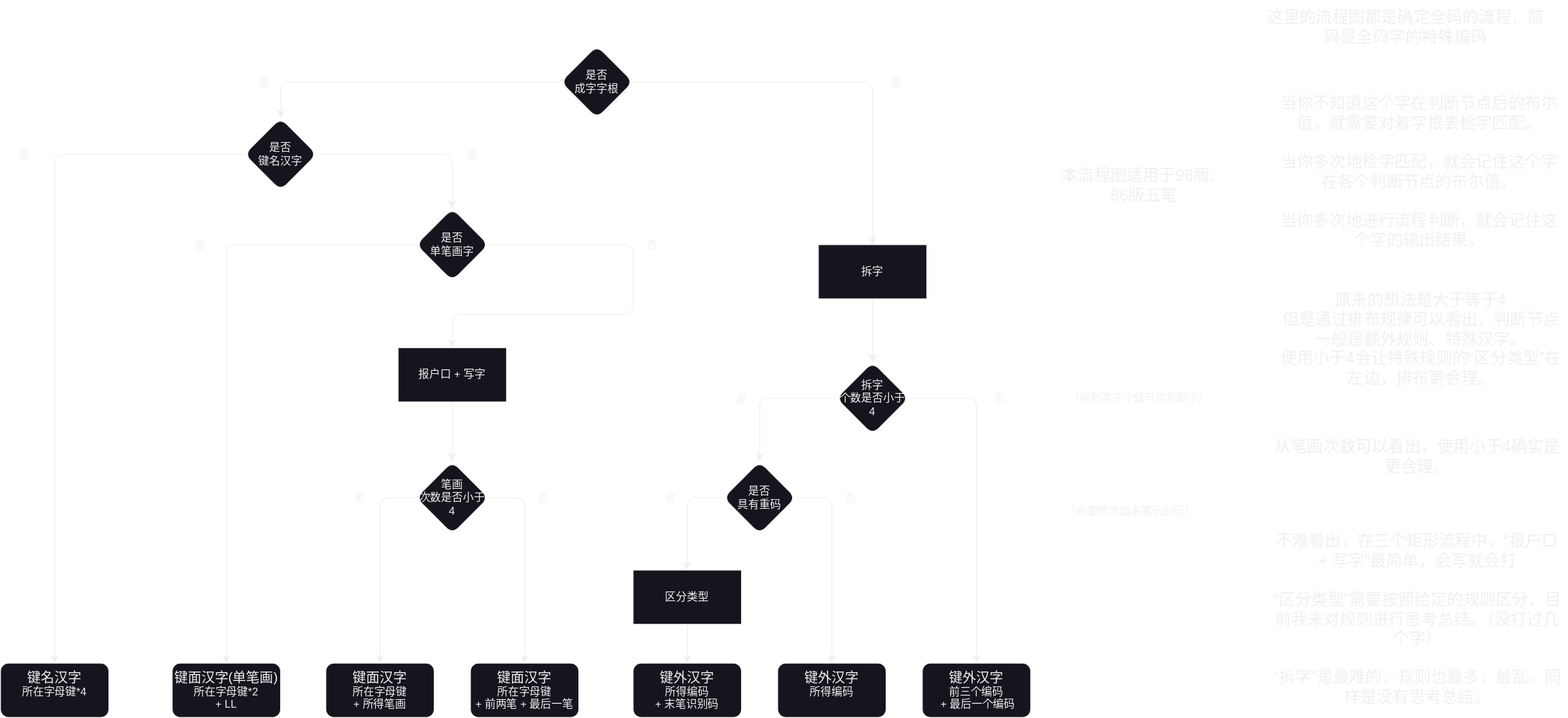
This is 流程图/五笔拆字流程图-230803-4.drawio.svg from Byvm815/the-logic-of-wubi, a draw.io export, as it was before one commit. Source tidied: cells renumbered, new cells last; positions are measured from the earlier drawing's top-left corner, leaving out a move shared by most shapes.
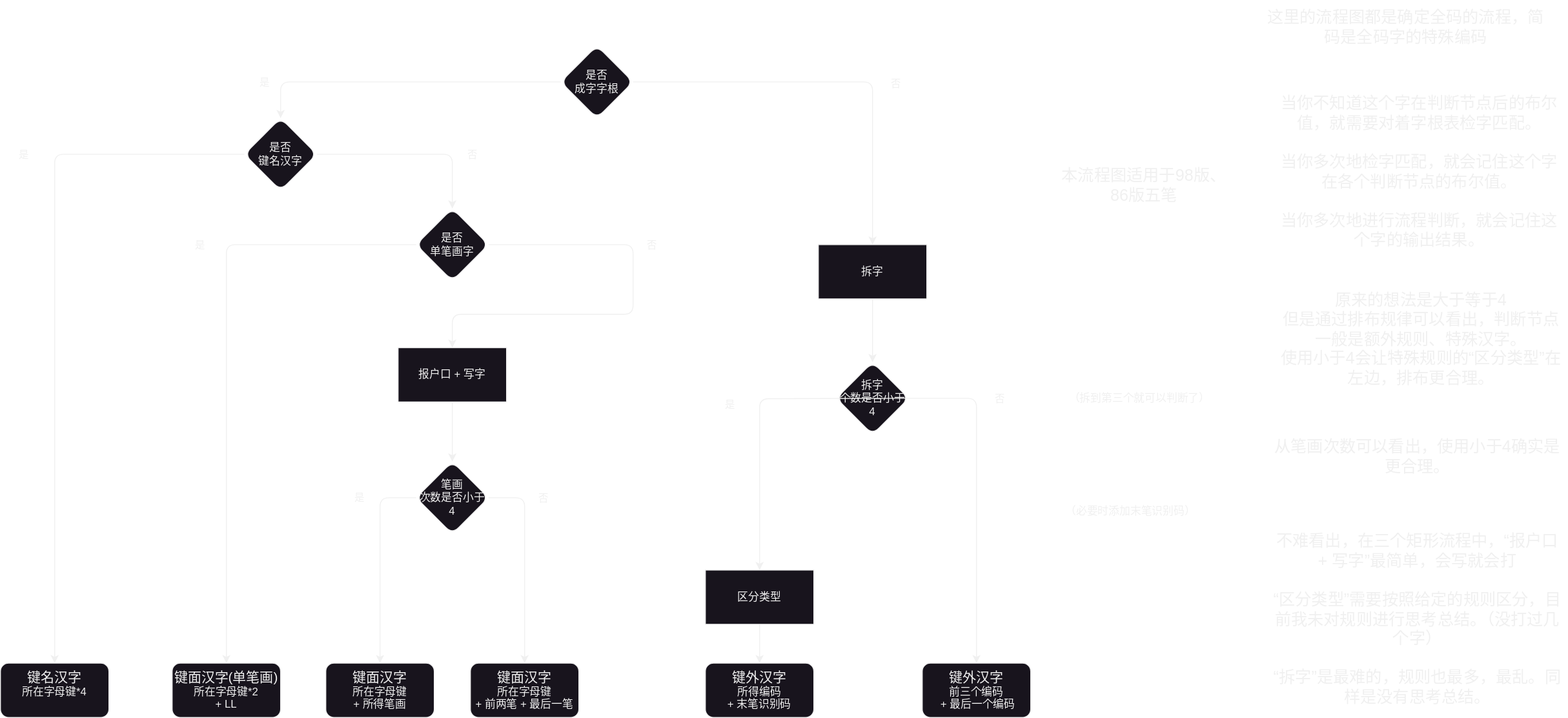
After the commit.

Commit message:
删除键外汉字是否重码节点，及其为否时的下游节点

Diff of the diagram source:
```diff
@@ -45,7 +45,7 @@
       <mxGeometry relative="1" as="geometry" />
     </mxCell>
     <mxCell id="14" value="区分类型" style="rounded=1;whiteSpace=wrap;html=1;fontSize=12;arcSize=0;labelBackgroundColor=none;" parent="1" vertex="1">
-      <mxGeometry x="700" y="630" width="120" height="60" as="geometry" />
+      <mxGeometry x="780" y="630" width="120" height="60" as="geometry" />
     </mxCell>
     <mxCell id="15" value="&lt;font style=&quot;font-size: 18px;&quot;&gt;当你不知道这个字在判断节点后的布尔值，就需要对着字根表检字匹配。&lt;br&gt;&lt;br&gt;当你多次地检字匹配，就会记住这个字在各个判断节点的布尔值。&lt;br&gt;&lt;br&gt;当你多次地进行流程判断，就会记住这个字的输出结果。&lt;br&gt;&lt;/font&gt;" style="text;html=1;strokeColor=none;fillColor=none;align=center;verticalAlign=middle;whiteSpace=wrap;rounded=1;labelBackgroundColor=none;" parent="1" vertex="1">
       <mxGeometry x="1410" y="130" width="320" height="120" as="geometry" />
@@ -72,7 +72,7 @@
       <mxGeometry x="1020" y="733" width="120" height="60" as="geometry" />
     </mxCell>
     <mxCell id="21" value="&lt;font style=&quot;font-size: 15px;&quot;&gt;键外汉字&lt;/font&gt;&lt;br&gt;所得编码 &lt;br&gt;+ 末笔识别码" style="rounded=1;whiteSpace=wrap;html=1;fontSize=12;labelBackgroundColor=none;verticalAlign=top;" parent="1" vertex="1">
-      <mxGeometry x="700" y="733" width="120" height="60" as="geometry" />
+      <mxGeometry x="780" y="733" width="120" height="60" as="geometry" />
     </mxCell>
     <mxCell id="22" value="&lt;font style=&quot;font-size: 15px;&quot;&gt;键面汉字&lt;/font&gt;&lt;br&gt;所在字母键 &lt;br&gt;+ 所得笔画" style="rounded=1;whiteSpace=wrap;html=1;fontSize=12;labelBackgroundColor=none;verticalAlign=top;" parent="1" vertex="1">
       <mxGeometry x="360" y="733" width="120" height="60" as="geometry" />
@@ -137,44 +137,16 @@
         <mxPoint x="-149" y="-3" as="offset" />
       </mxGeometry>
     </mxCell>
-    <mxCell id="37" style="edgeStyle=orthogonalEdgeStyle;rounded=1;jettySize=auto;html=1;entryX=0.5;entryY=0;entryDx=0;entryDy=0;labelBackgroundColor=none;fontColor=default;strokeWidth=1;" parent="1" edge="1" source="12" target="43">
-      <mxGeometry relative="1" as="geometry" />
+    <mxCell id="37" style="edgeStyle=orthogonalEdgeStyle;rounded=1;jettySize=auto;html=1;entryX=0.5;entryY=0;entryDx=0;entryDy=0;labelBackgroundColor=none;fontColor=default;strokeWidth=1;" parent="1" edge="1" target="14">
+      <mxGeometry relative="1" as="geometry">
+        <mxPoint x="1005" y="440" as="sourcePoint" />
+      </mxGeometry>
     </mxCell>
     <mxCell id="38" value="是" style="edgeLabel;html=1;align=center;verticalAlign=middle;labelBackgroundColor=none;rounded=1;" parent="37" vertex="1">
       <mxGeometry x="-0.04" y="-2" relative="1" as="geometry">
         <mxPoint x="-32" y="2" as="offset" />
       </mxGeometry>
     </mxCell>
-    <mxCell id="39" style="edgeStyle=orthogonalEdgeStyle;rounded=1;jettySize=auto;html=1;entryX=0.5;entryY=0;entryDx=0;entryDy=0;labelBackgroundColor=none;fontColor=default;strokeWidth=1;" parent="1" edge="1" source="43" target="14">
-      <mxGeometry relative="1" as="geometry">
-        <Array as="points">
-          <mxPoint x="760" y="550" />
-        </Array>
-      </mxGeometry>
-    </mxCell>
-    <mxCell id="40" value="是" style="edgeLabel;html=1;align=center;verticalAlign=middle;labelBackgroundColor=none;rounded=1;" parent="39" vertex="1">
-      <mxGeometry x="0.28" y="-2" relative="1" as="geometry">
-        <mxPoint x="-18" y="-37" as="offset" />
-      </mxGeometry>
-    </mxCell>
-    <mxCell id="41" style="edgeStyle=orthogonalEdgeStyle;rounded=1;jettySize=auto;html=1;entryX=0.5;entryY=0;entryDx=0;entryDy=0;labelBackgroundColor=none;fontColor=default;" parent="1" edge="1" source="43" target="44">
-      <mxGeometry relative="1" as="geometry">
-        <Array as="points">
-          <mxPoint x="920" y="550" />
-        </Array>
-      </mxGeometry>
-    </mxCell>
-    <mxCell id="42" value="否" style="edgeLabel;html=1;align=center;verticalAlign=middle;labelBackgroundColor=none;rounded=1;" parent="41" vertex="1">
-      <mxGeometry x="-0.6" relative="1" as="geometry">
-        <mxPoint x="20" y="-5" as="offset" />
-      </mxGeometry>
-    </mxCell>
-    <mxCell id="43" value="是否&lt;br&gt;具有重码" style="rhombus;html=1;fontSize=12;labelBackgroundColor=none;whiteSpace=wrap;rounded=1;" parent="1" vertex="1">
-      <mxGeometry x="800" y="510" width="80" height="80" as="geometry" />
-    </mxCell>
-    <mxCell id="44" value="&lt;font style=&quot;font-size: 15px;&quot;&gt;键外汉字&lt;/font&gt;&lt;br&gt;所得编码" style="rounded=1;whiteSpace=wrap;html=1;fontSize=12;labelBackgroundColor=none;verticalAlign=top;" parent="1" vertex="1">
-      <mxGeometry x="860" y="733" width="120" height="60" as="geometry" />
-    </mxCell>
     <mxCell id="45" style="edgeStyle=orthogonalEdgeStyle;rounded=1;jettySize=auto;html=1;entryX=0.5;entryY=0;entryDx=0;entryDy=0;labelBackgroundColor=none;fontColor=default;" parent="1" edge="1" source="18" target="49">
       <mxGeometry relative="1" as="geometry" />
     </mxCell>
```
